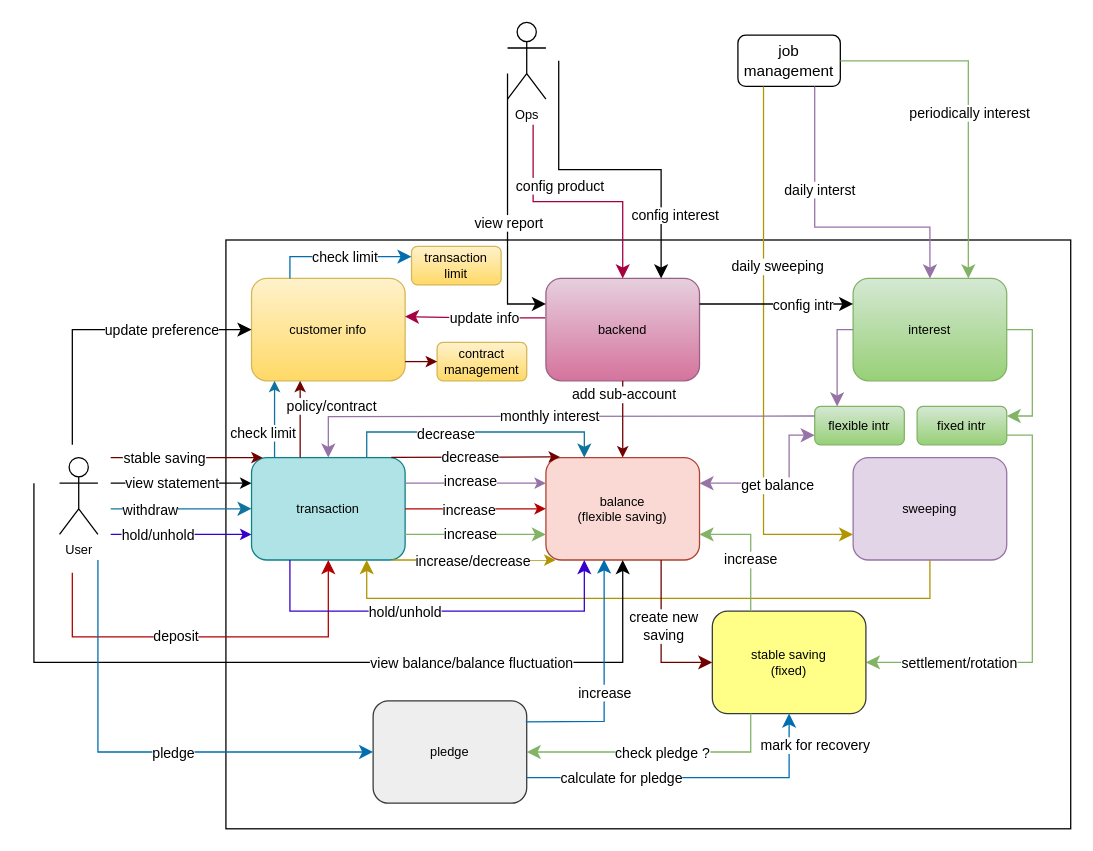
Earlier version of the draw.io diagram cash_deposit_detail.drawio (khuynhthanhchiluyen/draw.io). Source tidied: cells renumbered, new cells numbered last; positions are measured from the earlier drawing's top-left corner, leaving out a move shared by most shapes. Both pictures are drawn from the tidied source at 128%, with x=0, y=0 at pixel (33, 22).
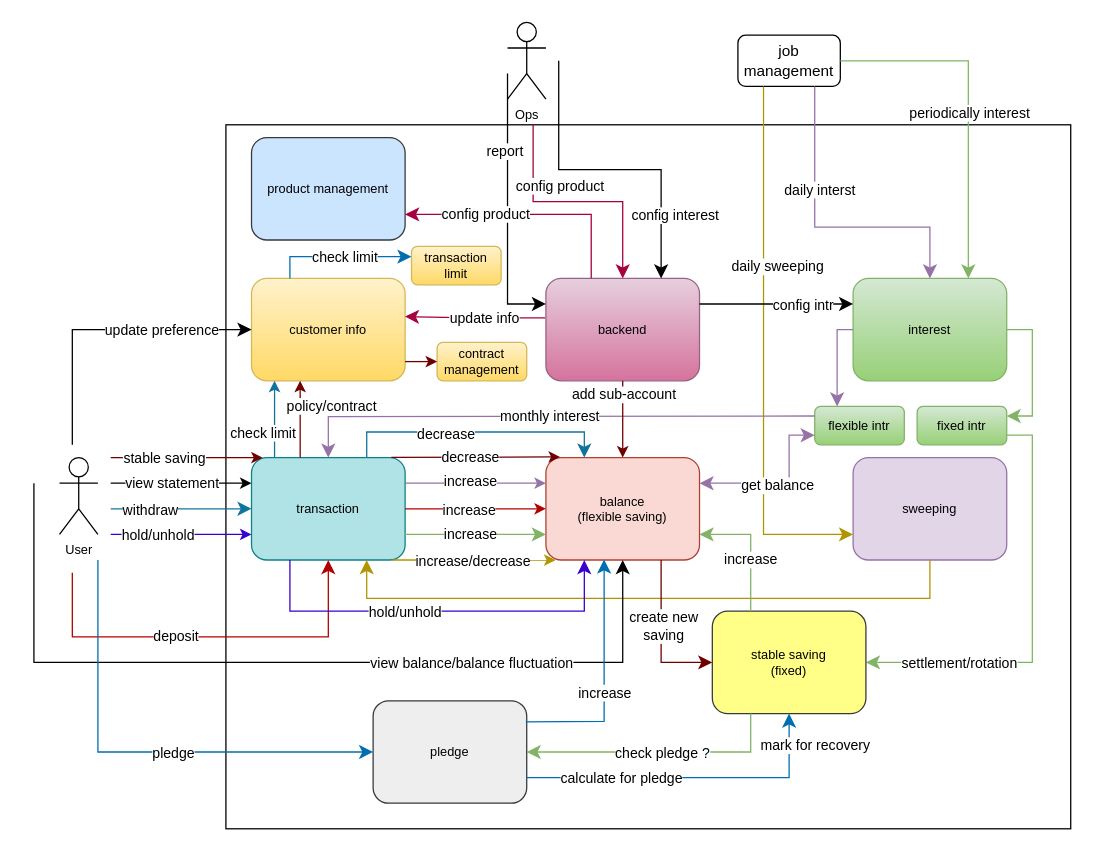
Above is the later version.

Commit message:
add product management

The change refers to these unchanged cells:
```xml
<mxCell id="5" value="backend" style="rounded=1;whiteSpace=wrap;html=1;fontSize=10;fillColor=#e6d0de;gradientColor=#d5739d;strokeColor=#996185;" parent="1" vertex="1">
  <mxGeometry x="400" y="200" width="120" height="80" as="geometry" />
</mxCell>
<mxCell id="14" value="job management" style="rounded=1;whiteSpace=wrap;html=1;" parent="1" vertex="1">
  <mxGeometry x="550" y="10" width="80" height="40" as="geometry" />
</mxCell>
<mxCell id="63" style="edgeStyle=elbowEdgeStyle;elbow=horizontal;endArrow=classic;html=1;curved=0;rounded=0;endSize=8;startSize=8;strokeColor=default;fontColor=default;entryX=0;entryY=0.25;entryDx=0;entryDy=0;" parent="1" edge="1" target="5">
  <mxGeometry relative="1" as="geometry">
    <mxPoint x="370" y="40" as="sourcePoint" />
    <Array as="points">
      <mxPoint x="370" y="180" />
      <mxPoint x="343" y="200" />
    </Array>
  </mxGeometry>
</mxCell>
```

The edit, as a diff of the source:
```diff
@@
     <mxCell id="2" style="rounded=0;whiteSpace=wrap;html=1;fontColor=default;" parent="1" vertex="1">
-      <mxGeometry x="150" y="170" width="660" height="460" as="geometry" />
+      <mxGeometry x="150" y="80" width="660" height="550" as="geometry" />
     </mxCell>
@@
     <mxCell id="22" style="edgeStyle=elbowEdgeStyle;elbow=vertical;endArrow=classic;html=1;curved=0;rounded=0;endSize=8;startSize=8;exitX=0.25;exitY=1;exitDx=0;exitDy=0;fillColor=#e3c800;strokeColor=#B09500;" parent="1" edge="1" source="14">
       <mxGeometry relative="1" as="geometry">
         <mxPoint x="640" y="400" as="targetPoint" />
         <Array as="points">
-          <mxPoint x="600" y="400" />
+          <mxPoint x="590" y="400" />
           <mxPoint x="620" y="310" />
         </Array>
       </mxGeometry>
     </mxCell>
@@
-    <mxCell id="64" value="view report" style="edgeLabel;html=1;align=center;verticalAlign=middle;fontColor=default;" parent="63" vertex="1">
+    <mxCell id="64" value="report" style="edgeLabel;html=1;align=center;verticalAlign=middle;fontColor=default;" parent="63" vertex="1">
       <mxGeometry x="0.13" relative="1" as="geometry">
-        <mxPoint y="-3" as="offset" />
+        <mxPoint x="-3" y="-59" as="offset" />
       </mxGeometry>
     </mxCell>
@@
+    <mxCell id="93" value="product management" style="rounded=1;whiteSpace=wrap;html=1;fontSize=10;fillColor=#cce5ff;strokeColor=#36393d;" parent="1" vertex="1">
+      <mxGeometry x="170" y="90" width="120" height="80" as="geometry" />
+    </mxCell>
+    <mxCell id="94" style="edgeStyle=elbowEdgeStyle;elbow=vertical;endArrow=classic;html=1;curved=0;rounded=0;endSize=8;startSize=8;exitX=0.295;exitY=-0.002;exitDx=0;exitDy=0;exitPerimeter=0;fillColor=#d80073;strokeColor=#A50040;entryX=1;entryY=0.75;entryDx=0;entryDy=0;" parent="1" edge="1" source="5" target="93">
+      <mxGeometry relative="1" as="geometry">
+        <Array as="points">
+          <mxPoint x="360" y="150" />
+        </Array>
+      </mxGeometry>
+    </mxCell>
+    <mxCell id="95" value="config product" style="edgeLabel;html=1;align=center;verticalAlign=middle;" parent="94" vertex="1">
+      <mxGeometry x="0.7" relative="1" as="geometry">
+        <mxPoint x="33" y="-1" as="offset" />
+      </mxGeometry>
+    </mxCell>
```
